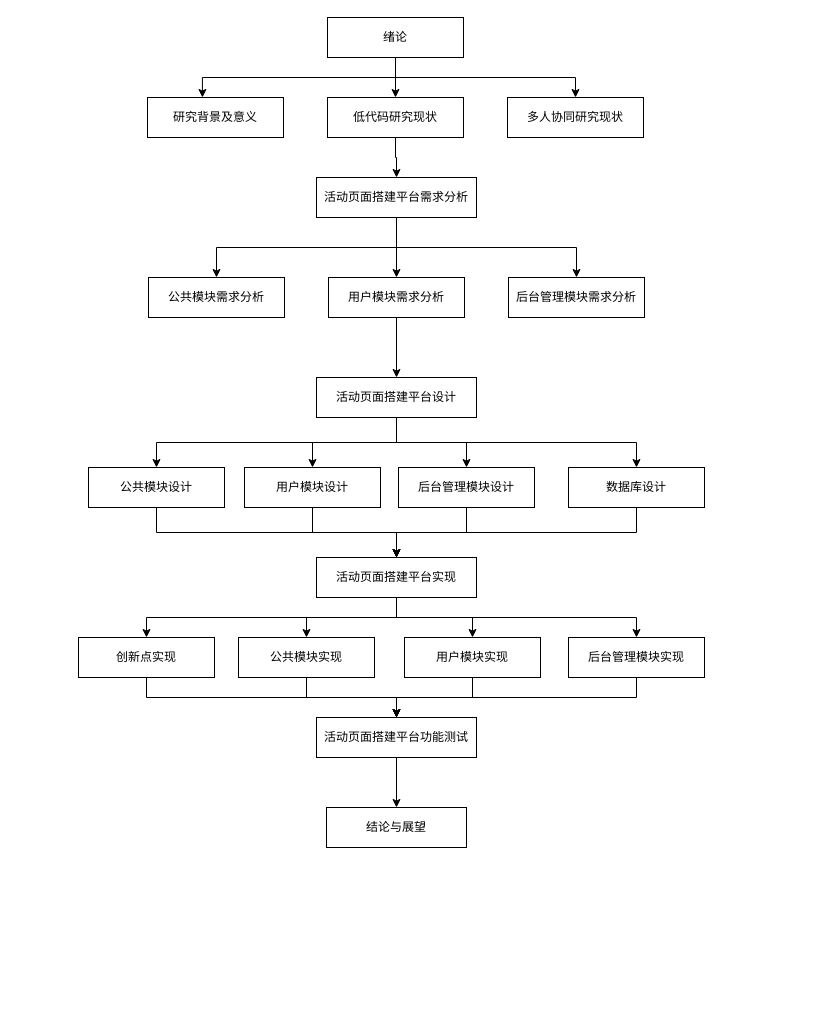
Before: 论文的技术路线图.drawio in yuxinyu12345/diagrams, a draw.io diagram. Source tidied: cells renumbered, new cells numbered last; positions are measured from the earlier drawing's top-left corner, leaving out a move shared by most shapes. Both pictures are drawn from the tidied source at 100%, with x=0, y=0 at pixel (78, 17).
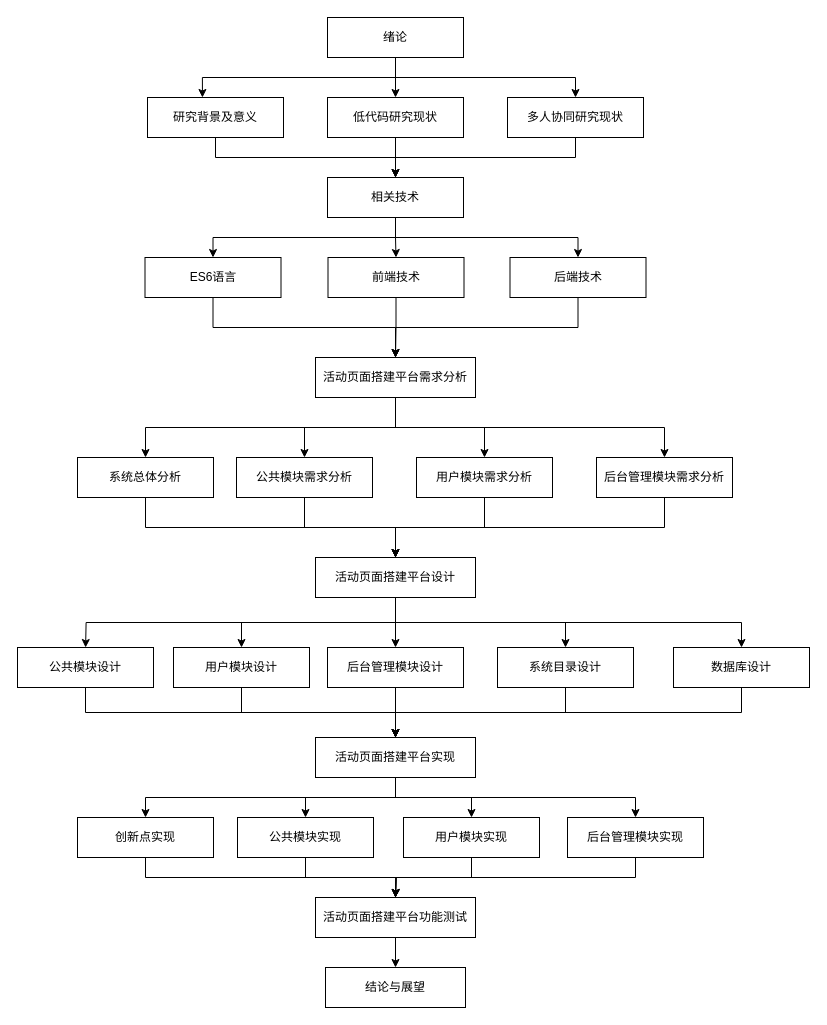
After the change.

Commit message:
更新论文的技术路线图.drawio

The change refers to these unchanged cells:
```xml
<mxCell id="5" value="研究背景及意义" style="rounded=0;whiteSpace=wrap;html=1;" parent="1" vertex="1">
  <mxGeometry x="69" y="80" width="136" height="40" as="geometry" />
</mxCell>
<mxCell id="7" value="低代码研究现状" style="rounded=0;whiteSpace=wrap;html=1;" parent="1" vertex="1">
  <mxGeometry x="249" y="80" width="136" height="40" as="geometry" />
</mxCell>
<mxCell id="8" value="多人协同研究现状" style="rounded=0;whiteSpace=wrap;html=1;" parent="1" vertex="1">
  <mxGeometry x="429" y="80" width="136" height="40" as="geometry" />
</mxCell>
```

Change to the diagram source:
```diff
@@
+    <mxCell id="47" style="edgeStyle=orthogonalEdgeStyle;rounded=0;jettySize=auto;html=1;exitX=0.5;exitY=1;exitDx=0;exitDy=0;entryX=0.5;entryY=0;entryDx=0;entryDy=0;" parent="1" edge="1" source="5" target="57">
+      <mxGeometry relative="1" as="geometry" />
+    </mxCell>
@@
-    <mxCell id="6" style="edgeStyle=orthogonalEdgeStyle;rounded=0;jettySize=auto;html=1;exitX=0.5;exitY=1;exitDx=0;exitDy=0;entryX=0.5;entryY=0;entryDx=0;entryDy=0;" parent="1" edge="1" source="7" target="12">
-      <mxGeometry relative="1" as="geometry" />
-    </mxCell>
+    <mxCell id="48" style="edgeStyle=orthogonalEdgeStyle;rounded=0;jettySize=auto;html=1;exitX=0.5;exitY=1;exitDx=0;exitDy=0;entryX=0.5;entryY=0;entryDx=0;entryDy=0;" parent="1" edge="1" source="7" target="57">
+      <mxGeometry relative="1" as="geometry" />
+    </mxCell>
@@
+    <mxCell id="49" style="edgeStyle=orthogonalEdgeStyle;rounded=0;jettySize=auto;html=1;exitX=0.5;exitY=1;exitDx=0;exitDy=0;entryX=0.5;entryY=0;entryDx=0;entryDy=0;" parent="1" edge="1" source="8" target="57">
+      <mxGeometry relative="1" as="geometry" />
+    </mxCell>
@@
+    <mxCell id="50" style="edgeStyle=orthogonalEdgeStyle;rounded=0;jettySize=auto;html=1;exitX=0.5;exitY=1;exitDx=0;exitDy=0;entryX=0.5;entryY=0;entryDx=0;entryDy=0;" parent="1" edge="1" source="12" target="67">
+      <mxGeometry relative="1" as="geometry" />
+    </mxCell>
     <mxCell id="12" value="活动页面搭建平台需求分析" style="rounded=0;whiteSpace=wrap;html=1;" parent="1" vertex="1">
-      <mxGeometry x="238" y="160" width="160" height="40" as="geometry" />
+      <mxGeometry x="237" y="340" width="160" height="40" as="geometry" />
     </mxCell>
+    <mxCell id="51" style="edgeStyle=orthogonalEdgeStyle;rounded=0;jettySize=auto;html=1;exitX=0.5;exitY=1;exitDx=0;exitDy=0;entryX=0.5;entryY=0;entryDx=0;entryDy=0;" parent="1" edge="1" source="13" target="21">
+      <mxGeometry relative="1" as="geometry" />
+    </mxCell>
     <mxCell id="13" value="公共模块需求分析" style="rounded=0;whiteSpace=wrap;html=1;" parent="1" vertex="1">
-      <mxGeometry x="70" y="260" width="136" height="40" as="geometry" />
+      <mxGeometry x="158" y="440" width="136" height="40" as="geometry" />
     </mxCell>
@@
     <mxCell id="15" value="用户模块需求分析" style="rounded=0;whiteSpace=wrap;html=1;" parent="1" vertex="1">
-      <mxGeometry x="250" y="260" width="136" height="40" as="geometry" />
+      <mxGeometry x="338" y="440" width="136" height="40" as="geometry" />
     </mxCell>
+    <mxCell id="52" style="edgeStyle=orthogonalEdgeStyle;rounded=0;jettySize=auto;html=1;exitX=0.5;exitY=1;exitDx=0;exitDy=0;entryX=0.5;entryY=0;entryDx=0;entryDy=0;" parent="1" edge="1" source="16" target="21">
+      <mxGeometry relative="1" as="geometry" />
+    </mxCell>
     <mxCell id="16" value="后台管理模块需求分析" style="rounded=0;whiteSpace=wrap;html=1;" parent="1" vertex="1">
-      <mxGeometry x="430" y="260" width="136" height="40" as="geometry" />
+      <mxGeometry x="518" y="440" width="136" height="40" as="geometry" />
     </mxCell>
-    <mxCell id="17" style="edgeStyle=orthogonalEdgeStyle;rounded=0;jettySize=auto;html=1;exitX=0.5;exitY=1;exitDx=0;exitDy=0;" parent="1" edge="1" source="21" target="23">
-      <mxGeometry relative="1" as="geometry" />
+    <mxCell id="17" style="edgeStyle=orthogonalEdgeStyle;rounded=0;jettySize=auto;html=1;exitX=0.5;exitY=1;exitDx=0;exitDy=0;" parent="1" edge="1" source="21">
+      <mxGeometry relative="1" as="geometry">
+        <mxPoint x="7.1" y="630" as="targetPoint" />
+      </mxGeometry>
     </mxCell>
@@
+    <mxCell id="53" style="edgeStyle=orthogonalEdgeStyle;rounded=0;jettySize=auto;html=1;exitX=0.5;exitY=1;exitDx=0;exitDy=0;entryX=0.5;entryY=0;entryDx=0;entryDy=0;" parent="1" edge="1" source="21" target="65">
+      <mxGeometry relative="1" as="geometry" />
+    </mxCell>
     <mxCell id="21" value="活动页面搭建平台设计" style="rounded=0;whiteSpace=wrap;html=1;" parent="1" vertex="1">
-      <mxGeometry x="238" y="360" width="160" height="40" as="geometry" />
+      <mxGeometry x="237" y="540" width="160" height="40" as="geometry" />
     </mxCell>
@@
     <mxCell id="23" value="公共模块设计" style="rounded=0;whiteSpace=wrap;html=1;" parent="1" vertex="1">
-      <mxGeometry x="10" y="450" width="136" height="40" as="geometry" />
+      <mxGeometry x="-61" y="630" width="136" height="40" as="geometry" />
     </mxCell>
@@
     <mxCell id="25" value="用户模块设计" style="rounded=0;whiteSpace=wrap;html=1;" parent="1" vertex="1">
-      <mxGeometry x="166" y="450" width="136" height="40" as="geometry" />
+      <mxGeometry x="95" y="630" width="136" height="40" as="geometry" />
     </mxCell>
@@
     <mxCell id="27" value="后台管理模块设计" style="rounded=0;whiteSpace=wrap;html=1;" parent="1" vertex="1">
-      <mxGeometry x="320" y="450" width="136" height="40" as="geometry" />
+      <mxGeometry x="249" y="630" width="136" height="40" as="geometry" />
     </mxCell>
@@
-    <mxCell id="29" value="数据库设计" style="rounded=0;whiteSpace=wrap;html=1;" parent="1" vertex="1">
-      <mxGeometry x="490" y="450" width="136" height="40" as="geometry" />
+    <mxCell id="29" value="系统目录设计" style="rounded=0;whiteSpace=wrap;html=1;" parent="1" vertex="1">
+      <mxGeometry x="419" y="630" width="136" height="40" as="geometry" />
     </mxCell>
@@
     <mxCell id="34" value="活动页面搭建平台实现" style="rounded=0;whiteSpace=wrap;html=1;" parent="1" vertex="1">
-      <mxGeometry x="238" y="540" width="160" height="40" as="geometry" />
+      <mxGeometry x="237" y="720" width="160" height="40" as="geometry" />
     </mxCell>
-    <mxCell id="35" style="edgeStyle=orthogonalEdgeStyle;rounded=0;jettySize=auto;html=1;exitX=0.5;exitY=1;exitDx=0;exitDy=0;entryX=0.5;entryY=0;entryDx=0;entryDy=0;" parent="1" edge="1" source="36" target="44">
-      <mxGeometry relative="1" as="geometry" />
+    <mxCell id="35" style="edgeStyle=orthogonalEdgeStyle;rounded=0;jettySize=auto;html=1;exitX=0.5;exitY=1;exitDx=0;exitDy=0;entryX=0.5;entryY=0;entryDx=0;entryDy=0;" parent="1" edge="1" source="36">
+      <mxGeometry relative="1" as="geometry">
+        <mxPoint x="317" y="880" as="targetPoint" />
+      </mxGeometry>
     </mxCell>
     <mxCell id="36" value="公共模块实现" style="rounded=0;whiteSpace=wrap;html=1;" parent="1" vertex="1">
-      <mxGeometry x="160" y="620" width="136" height="40" as="geometry" />
+      <mxGeometry x="159" y="800" width="136" height="40" as="geometry" />
     </mxCell>
-    <mxCell id="37" style="edgeStyle=orthogonalEdgeStyle;rounded=0;jettySize=auto;html=1;exitX=0.5;exitY=1;exitDx=0;exitDy=0;entryX=0.5;entryY=0;entryDx=0;entryDy=0;" parent="1" edge="1" source="38" target="44">
-      <mxGeometry relative="1" as="geometry" />
+    <mxCell id="37" style="edgeStyle=orthogonalEdgeStyle;rounded=0;jettySize=auto;html=1;exitX=0.5;exitY=1;exitDx=0;exitDy=0;entryX=0.5;entryY=0;entryDx=0;entryDy=0;" parent="1" edge="1" source="38">
+      <mxGeometry relative="1" as="geometry">
+        <mxPoint x="317" y="880" as="targetPoint" />
+      </mxGeometry>
     </mxCell>
     <mxCell id="38" value="用户模块实现" style="rounded=0;whiteSpace=wrap;html=1;" parent="1" vertex="1">
-      <mxGeometry x="326" y="620" width="136" height="40" as="geometry" />
+      <mxGeometry x="325" y="800" width="136" height="40" as="geometry" />
     </mxCell>
-    <mxCell id="39" style="edgeStyle=orthogonalEdgeStyle;rounded=0;jettySize=auto;html=1;exitX=0.5;exitY=1;exitDx=0;exitDy=0;entryX=0.5;entryY=0;entryDx=0;entryDy=0;" parent="1" edge="1" source="40" target="44">
-      <mxGeometry relative="1" as="geometry" />
+    <mxCell id="39" style="edgeStyle=orthogonalEdgeStyle;rounded=0;jettySize=auto;html=1;exitX=0.5;exitY=1;exitDx=0;exitDy=0;entryX=0.5;entryY=0;entryDx=0;entryDy=0;" parent="1" edge="1" source="40">
+      <mxGeometry relative="1" as="geometry">
+        <mxPoint x="317" y="880" as="targetPoint" />
+      </mxGeometry>
     </mxCell>
     <mxCell id="40" value="后台管理模块实现" style="rounded=0;whiteSpace=wrap;html=1;" parent="1" vertex="1">
-      <mxGeometry x="490" y="620" width="136" height="40" as="geometry" />
+      <mxGeometry x="489" y="800" width="136" height="40" as="geometry" />
     </mxCell>
-    <mxCell id="41" style="edgeStyle=orthogonalEdgeStyle;rounded=0;jettySize=auto;html=1;exitX=0.5;exitY=1;exitDx=0;exitDy=0;entryX=0.5;entryY=0;entryDx=0;entryDy=0;" parent="1" edge="1" source="42" target="44">
-      <mxGeometry relative="1" as="geometry" />
+    <mxCell id="41" style="edgeStyle=orthogonalEdgeStyle;rounded=0;jettySize=auto;html=1;exitX=0.5;exitY=1;exitDx=0;exitDy=0;entryX=0.5;entryY=0;entryDx=0;entryDy=0;" parent="1" edge="1" source="42">
+      <mxGeometry relative="1" as="geometry">
+        <mxPoint x="317" y="880" as="targetPoint" />
+      </mxGeometry>
     </mxCell>
     <mxCell id="42" value="创新点实现" style="rounded=0;whiteSpace=wrap;html=1;" parent="1" vertex="1">
-      <mxGeometry y="620" width="136" height="40" as="geometry" />
+      <mxGeometry x="-1" y="800" width="136" height="40" as="geometry" />
     </mxCell>
@@
     <mxCell id="44" value="活动页面搭建平台功能测试" style="rounded=0;whiteSpace=wrap;html=1;" parent="1" vertex="1">
-      <mxGeometry x="238" y="700" width="160" height="40" as="geometry" />
+      <mxGeometry x="237" y="880" width="160" height="40" as="geometry" />
     </mxCell>
     <mxCell id="45" value="结论与展望" style="rounded=0;whiteSpace=wrap;html=1;" parent="1" vertex="1">
-      <mxGeometry x="248" y="790" width="140" height="40" as="geometry" />
+      <mxGeometry x="247" y="950" width="140" height="40" as="geometry" />
     </mxCell>
@@
+    <mxCell id="54" style="edgeStyle=orthogonalEdgeStyle;rounded=0;jettySize=auto;html=1;exitX=0.5;exitY=1;exitDx=0;exitDy=0;entryX=0.5;entryY=0;entryDx=0;entryDy=0;" parent="1" edge="1" source="57" target="59">
+      <mxGeometry relative="1" as="geometry" />
+    </mxCell>
+    <mxCell id="55" style="edgeStyle=orthogonalEdgeStyle;rounded=0;jettySize=auto;html=1;exitX=0.5;exitY=1;exitDx=0;exitDy=0;entryX=0.5;entryY=0;entryDx=0;entryDy=0;" parent="1" edge="1" source="57" target="61">
+      <mxGeometry relative="1" as="geometry" />
+    </mxCell>
+    <mxCell id="56" style="edgeStyle=orthogonalEdgeStyle;rounded=0;jettySize=auto;html=1;exitX=0.5;exitY=1;exitDx=0;exitDy=0;" parent="1" edge="1" source="57" target="63">
+      <mxGeometry relative="1" as="geometry" />
+    </mxCell>
+    <mxCell id="57" value="相关技术" style="rounded=0;whiteSpace=wrap;html=1;" parent="1" vertex="1">
+      <mxGeometry x="249" y="160" width="136" height="40" as="geometry" />
+    </mxCell>
+    <mxCell id="58" style="edgeStyle=orthogonalEdgeStyle;rounded=0;jettySize=auto;html=1;exitX=0.5;exitY=1;exitDx=0;exitDy=0;entryX=0.5;entryY=0;entryDx=0;entryDy=0;" parent="1" edge="1" source="59" target="12">
+      <mxGeometry relative="1" as="geometry" />
+    </mxCell>
+    <mxCell id="59" value="ES6语言" style="rounded=0;whiteSpace=wrap;html=1;" parent="1" vertex="1">
+      <mxGeometry x="66.5" y="240" width="136" height="40" as="geometry" />
+    </mxCell>
+    <mxCell id="60" style="edgeStyle=orthogonalEdgeStyle;rounded=0;jettySize=auto;html=1;exitX=0.5;exitY=1;exitDx=0;exitDy=0;entryX=0.5;entryY=0;entryDx=0;entryDy=0;" parent="1" edge="1" source="61" target="12">
+      <mxGeometry relative="1" as="geometry" />
+    </mxCell>
+    <mxCell id="61" value="前端技术" style="rounded=0;whiteSpace=wrap;html=1;" parent="1" vertex="1">
+      <mxGeometry x="249.5" y="240" width="136" height="40" as="geometry" />
+    </mxCell>
+    <mxCell id="62" style="edgeStyle=orthogonalEdgeStyle;rounded=0;jettySize=auto;html=1;exitX=0.5;exitY=1;exitDx=0;exitDy=0;entryX=0.5;entryY=0;entryDx=0;entryDy=0;" parent="1" edge="1" source="63" target="12">
+      <mxGeometry relative="1" as="geometry" />
+    </mxCell>
+    <mxCell id="63" value="后端技术" style="rounded=0;whiteSpace=wrap;html=1;" parent="1" vertex="1">
+      <mxGeometry x="431.5" y="240" width="136" height="40" as="geometry" />
+    </mxCell>
+    <mxCell id="64" style="edgeStyle=orthogonalEdgeStyle;rounded=0;jettySize=auto;html=1;exitX=0.5;exitY=1;exitDx=0;exitDy=0;entryX=0.5;entryY=0;entryDx=0;entryDy=0;" parent="1" edge="1" source="65" target="34">
+      <mxGeometry relative="1" as="geometry" />
+    </mxCell>
+    <mxCell id="65" value="数据库设计" style="rounded=0;whiteSpace=wrap;html=1;" parent="1" vertex="1">
+      <mxGeometry x="595" y="630" width="136" height="40" as="geometry" />
+    </mxCell>
+    <mxCell id="66" style="edgeStyle=orthogonalEdgeStyle;rounded=0;jettySize=auto;html=1;exitX=0.5;exitY=1;exitDx=0;exitDy=0;entryX=0.5;entryY=0;entryDx=0;entryDy=0;" parent="1" edge="1" source="67" target="21">
+      <mxGeometry relative="1" as="geometry" />
+    </mxCell>
+    <mxCell id="67" value="系统总体分析" style="rounded=0;whiteSpace=wrap;html=1;" parent="1" vertex="1">
+      <mxGeometry x="-1" y="440" width="136" height="40" as="geometry" />
+    </mxCell>
```
